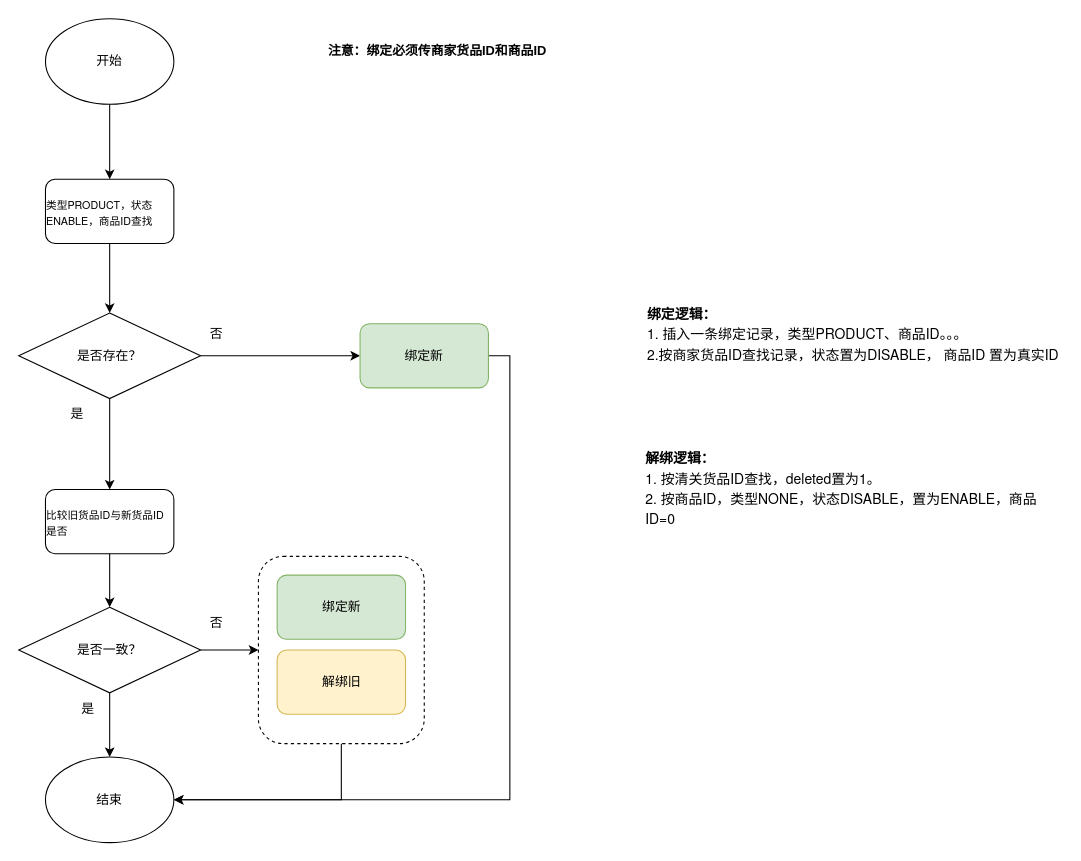
Above: 绑定.drawio in heyrry/draw.io (draw.io), before the change. Source tidied: cells renumbered, new cells numbered last; positions are measured from the earlier drawing's top-left corner, leaving out a move shared by most shapes. Both pictures are drawn from the tidied source at 107%, with x=0, y=0 at pixel (18, 18).
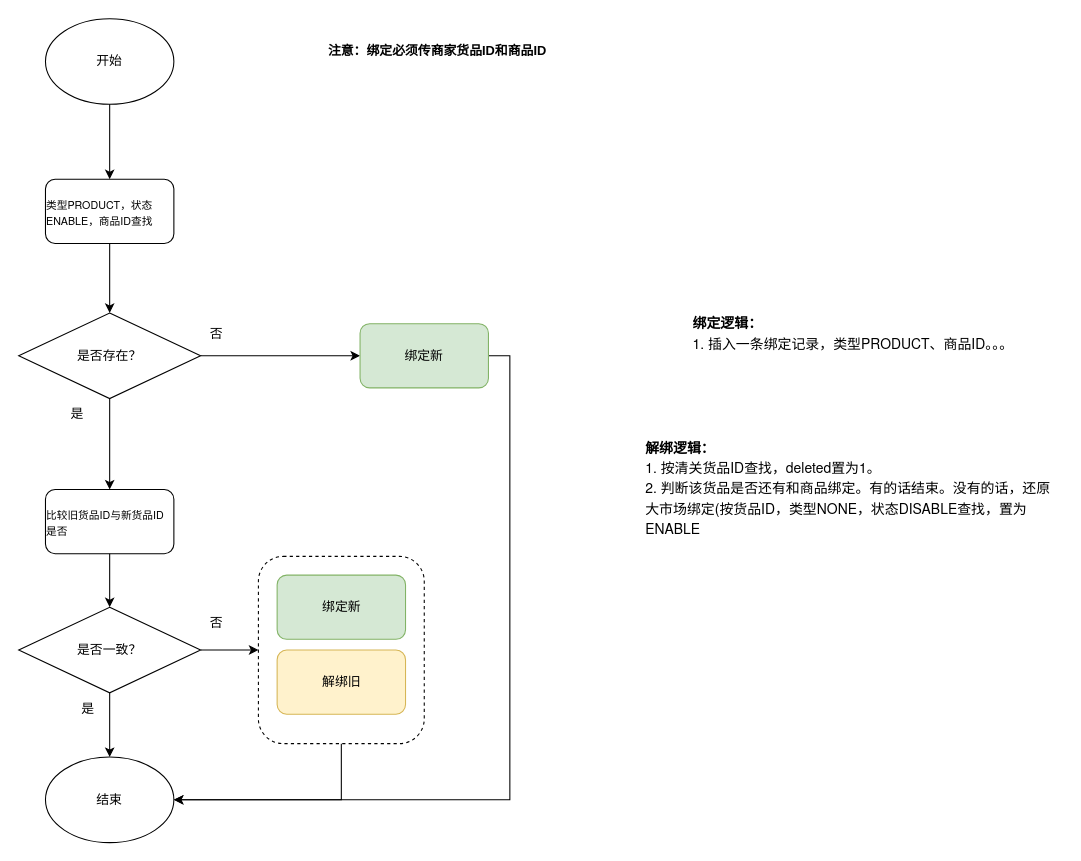
The same page after the edit.

Diff of the diagram source:
```diff
@@
-    <mxCell id="12" value="&lt;p style=&quot;margin: 0px; font-variant-numeric: normal; font-variant-east-asian: normal; font-variant-alternates: normal; font-size-adjust: none; font-kerning: auto; font-optical-sizing: auto; font-feature-settings: normal; font-variation-settings: normal; font-variant-position: normal; font-variant-emoji: normal; font-stretch: normal; font-size: 13px; line-height: normal; font-family: &amp;quot;Helvetica Neue&amp;quot;; text-align: start;&quot; class=&quot;p1&quot;&gt;&lt;b&gt;绑定逻辑：&lt;/b&gt;&lt;/p&gt;&lt;p style=&quot;margin: 0px; font-variant-numeric: normal; font-variant-east-asian: normal; font-variant-alternates: normal; font-size-adjust: none; font-kerning: auto; font-optical-sizing: auto; font-feature-settings: normal; font-variation-settings: normal; font-variant-position: normal; font-variant-emoji: normal; font-stretch: normal; font-size: 13px; line-height: normal; font-family: &amp;quot;Helvetica Neue&amp;quot;; text-align: start;&quot; class=&quot;p1&quot;&gt;1. 插入一条绑定记录，类型&lt;span style=&quot;background-color: transparent; color: light-dark(rgb(0, 0, 0), rgb(255, 255, 255));&quot;&gt;PRODUCT、&lt;/span&gt;&lt;span style=&quot;background-color: transparent; color: light-dark(rgb(0, 0, 0), rgb(255, 255, 255));&quot;&gt;商品ID。。。&lt;/span&gt;&lt;/p&gt;&lt;p style=&quot;margin: 0px; font-variant-numeric: normal; font-variant-east-asian: normal; font-variant-alternates: normal; font-size-adjust: none; font-kerning: auto; font-optical-sizing: auto; font-feature-settings: normal; font-variation-settings: normal; font-variant-position: normal; font-variant-emoji: normal; font-stretch: normal; font-size: 13px; line-height: normal; font-family: &amp;quot;Helvetica Neue&amp;quot;; text-align: start;&quot; class=&quot;p1&quot;&gt;2.&lt;span style=&quot;background-color: transparent; color: light-dark(rgb(0, 0, 0), rgb(255, 255, 255));&quot;&gt;按商家货品ID查找记录，状态置为DISABLE，&lt;/span&gt;&lt;span style=&quot;background-color: transparent; color: light-dark(rgb(0, 0, 0), rgb(255, 255, 255));&quot;&gt;&amp;nbsp;&lt;/span&gt;&lt;span style=&quot;background-color: transparent; color: light-dark(rgb(0, 0, 0), rgb(255, 255, 255));&quot;&gt;商品ID 置为真实ID&lt;/span&gt;&lt;/p&gt;&lt;p style=&quot;margin: 0px; font-variant-numeric: normal; font-variant-east-asian: normal; font-variant-alternates: normal; font-size-adjust: none; font-kerning: auto; font-optical-sizing: auto; font-feature-settings: normal; font-variation-settings: normal; font-variant-position: normal; font-variant-emoji: normal; font-stretch: normal; font-size: 13px; line-height: normal; font-family: &amp;quot;Helvetica Neue&amp;quot;; text-align: start;&quot; class=&quot;p1&quot;&gt;&lt;br&gt;&lt;/p&gt;" style="text;html=1;align=center;verticalAlign=middle;whiteSpace=wrap;rounded=0;" parent="1" vertex="1">
+    <mxCell id="12" value="&lt;p style=&quot;margin: 0px; font-variant-numeric: normal; font-variant-east-asian: normal; font-variant-alternates: normal; font-size-adjust: none; font-kerning: auto; font-optical-sizing: auto; font-feature-settings: normal; font-variation-settings: normal; font-variant-position: normal; font-variant-emoji: normal; font-stretch: normal; font-size: 13px; line-height: normal; font-family: &amp;quot;Helvetica Neue&amp;quot;; text-align: start;&quot; class=&quot;p1&quot;&gt;&lt;b&gt;绑定逻辑：&lt;/b&gt;&lt;/p&gt;&lt;p style=&quot;margin: 0px; font-variant-numeric: normal; font-variant-east-asian: normal; font-variant-alternates: normal; font-size-adjust: none; font-kerning: auto; font-optical-sizing: auto; font-feature-settings: normal; font-variation-settings: normal; font-variant-position: normal; font-variant-emoji: normal; font-stretch: normal; font-size: 13px; line-height: normal; font-family: &amp;quot;Helvetica Neue&amp;quot;; text-align: start;&quot; class=&quot;p1&quot;&gt;1. 插入一条绑定记录，类型&lt;span style=&quot;background-color: transparent; color: light-dark(rgb(0, 0, 0), rgb(255, 255, 255));&quot;&gt;PRODUCT、&lt;/span&gt;&lt;span style=&quot;background-color: transparent; color: light-dark(rgb(0, 0, 0), rgb(255, 255, 255));&quot;&gt;商品ID。。。&lt;/span&gt;&lt;/p&gt;&lt;p style=&quot;margin: 0px; font-variant-numeric: normal; font-variant-east-asian: normal; font-variant-alternates: normal; font-size-adjust: none; font-kerning: auto; font-optical-sizing: auto; font-feature-settings: normal; font-variation-settings: normal; font-variant-position: normal; font-variant-emoji: normal; font-stretch: normal; font-size: 13px; line-height: normal; font-family: &amp;quot;Helvetica Neue&amp;quot;; text-align: start;&quot; class=&quot;p1&quot;&gt;&lt;br&gt;&lt;/p&gt;" style="text;html=1;align=center;verticalAlign=middle;whiteSpace=wrap;rounded=0;" parent="1" vertex="1">
       <mxGeometry x="585" y="252.5" width="390" height="100" as="geometry" />
     </mxCell>
@@
-    <mxCell id="25" value="&lt;p style=&quot;margin: 0px; font-variant-numeric: normal; font-variant-east-asian: normal; font-variant-alternates: normal; font-size-adjust: none; font-kerning: auto; font-optical-sizing: auto; font-feature-settings: normal; font-variation-settings: normal; font-variant-position: normal; font-variant-emoji: normal; font-stretch: normal; font-size: 13px; line-height: normal; font-family: &amp;quot;Helvetica Neue&amp;quot;; text-align: start;&quot; class=&quot;p1&quot;&gt;&lt;b&gt;解绑逻辑：&lt;/b&gt;&lt;/p&gt;&lt;p style=&quot;margin: 0px; font-variant-numeric: normal; font-variant-east-asian: normal; font-variant-alternates: normal; font-size-adjust: none; font-kerning: auto; font-optical-sizing: auto; font-feature-settings: normal; font-variation-settings: normal; font-variant-position: normal; font-variant-emoji: normal; font-stretch: normal; font-size: 13px; line-height: normal; font-family: &amp;quot;Helvetica Neue&amp;quot;; text-align: start;&quot; class=&quot;p1&quot;&gt;1. 按清关货品ID查找，deleted置为1。&lt;/p&gt;&lt;p style=&quot;margin: 0px; font-variant-numeric: normal; font-variant-east-asian: normal; font-variant-alternates: normal; font-size-adjust: none; font-kerning: auto; font-optical-sizing: auto; font-feature-settings: normal; font-variation-settings: normal; font-variant-position: normal; font-variant-emoji: normal; font-stretch: normal; font-size: 13px; line-height: normal; font-family: &amp;quot;Helvetica Neue&amp;quot;; text-align: start;&quot; class=&quot;p1&quot;&gt;2. 按商品ID，类型NONE，状态DISABLE，置为ENABLE，商品ID=0&lt;/p&gt;" style="text;html=1;align=center;verticalAlign=middle;whiteSpace=wrap;rounded=0;" parent="1" vertex="1">
+    <mxCell id="25" value="&lt;p style=&quot;margin: 0px; font-variant-numeric: normal; font-variant-east-asian: normal; font-variant-alternates: normal; font-size-adjust: none; font-kerning: auto; font-optical-sizing: auto; font-feature-settings: normal; font-variation-settings: normal; font-variant-position: normal; font-variant-emoji: normal; font-stretch: normal; font-size: 13px; line-height: normal; font-family: &amp;quot;Helvetica Neue&amp;quot;; text-align: start;&quot; class=&quot;p1&quot;&gt;&lt;b&gt;解绑逻辑：&lt;/b&gt;&lt;/p&gt;&lt;p style=&quot;margin: 0px; font-variant-numeric: normal; font-variant-east-asian: normal; font-variant-alternates: normal; font-size-adjust: none; font-kerning: auto; font-optical-sizing: auto; font-feature-settings: normal; font-variation-settings: normal; font-variant-position: normal; font-variant-emoji: normal; font-stretch: normal; font-size: 13px; line-height: normal; font-family: &amp;quot;Helvetica Neue&amp;quot;; text-align: start;&quot; class=&quot;p1&quot;&gt;1. 按清关货品ID查找，deleted置为1。&lt;/p&gt;&lt;p style=&quot;margin: 0px; font-variant-numeric: normal; font-variant-east-asian: normal; font-variant-alternates: normal; font-size-adjust: none; font-kerning: auto; font-optical-sizing: auto; font-feature-settings: normal; font-variation-settings: normal; font-variant-position: normal; font-variant-emoji: normal; font-stretch: normal; font-size: 13px; line-height: normal; font-family: &amp;quot;Helvetica Neue&amp;quot;; text-align: start;&quot; class=&quot;p1&quot;&gt;2. 判断该货品是否还有和商品绑定。有的话结束。没有的话，还原大市场绑定(按货品ID，类型NONE，状态DISABLE查找，置为ENABLE&lt;/p&gt;" style="text;html=1;align=center;verticalAlign=middle;whiteSpace=wrap;rounded=0;" parent="1" vertex="1">
       <mxGeometry x="585" y="387.5" width="390" height="100" as="geometry" />
     </mxCell>
```
